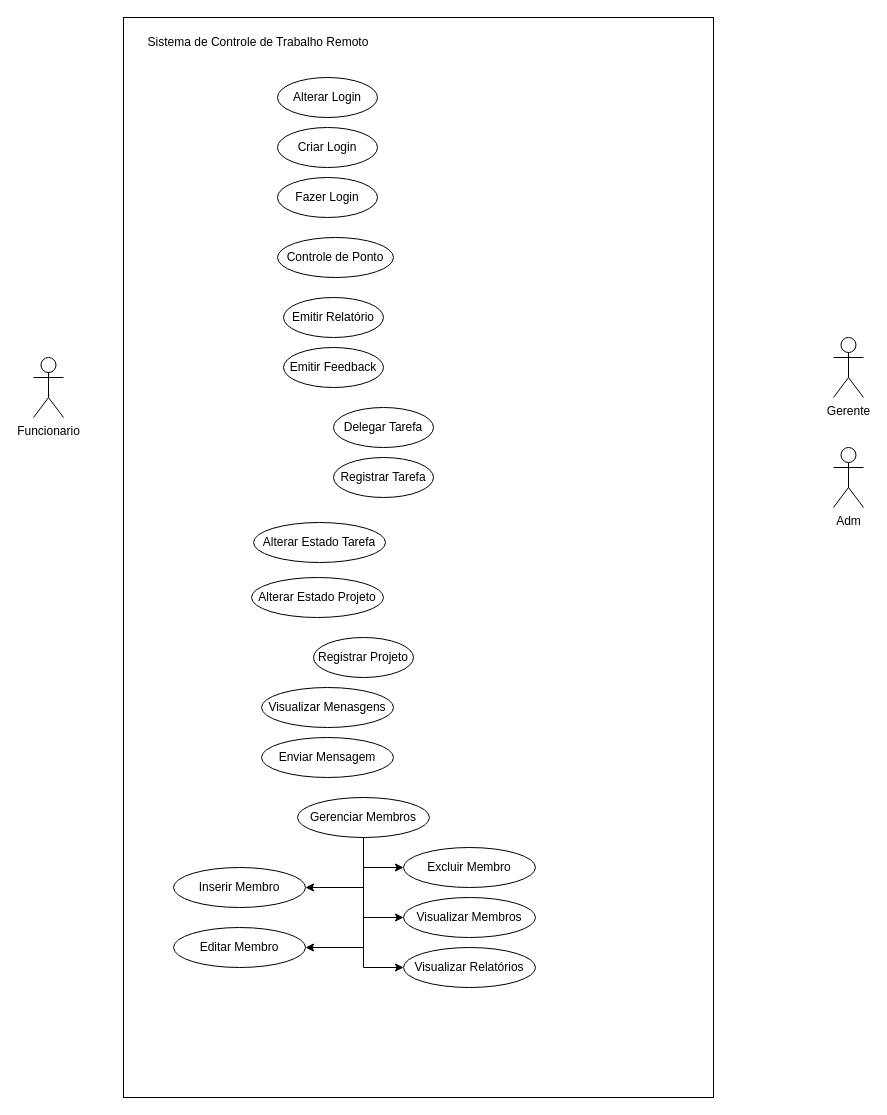
The draw.io diagram docs/DiagramaCasoDeUso.drawio in GabrielWhite96/TaskLy_LPS, before the edit. Source tidied: cells renumbered, new cells numbered last; positions are measured from the earlier drawing's top-left corner, leaving out a move shared by most shapes. Both pictures are drawn from the tidied source at 100%, with x=0, y=0 at pixel (33, 17).
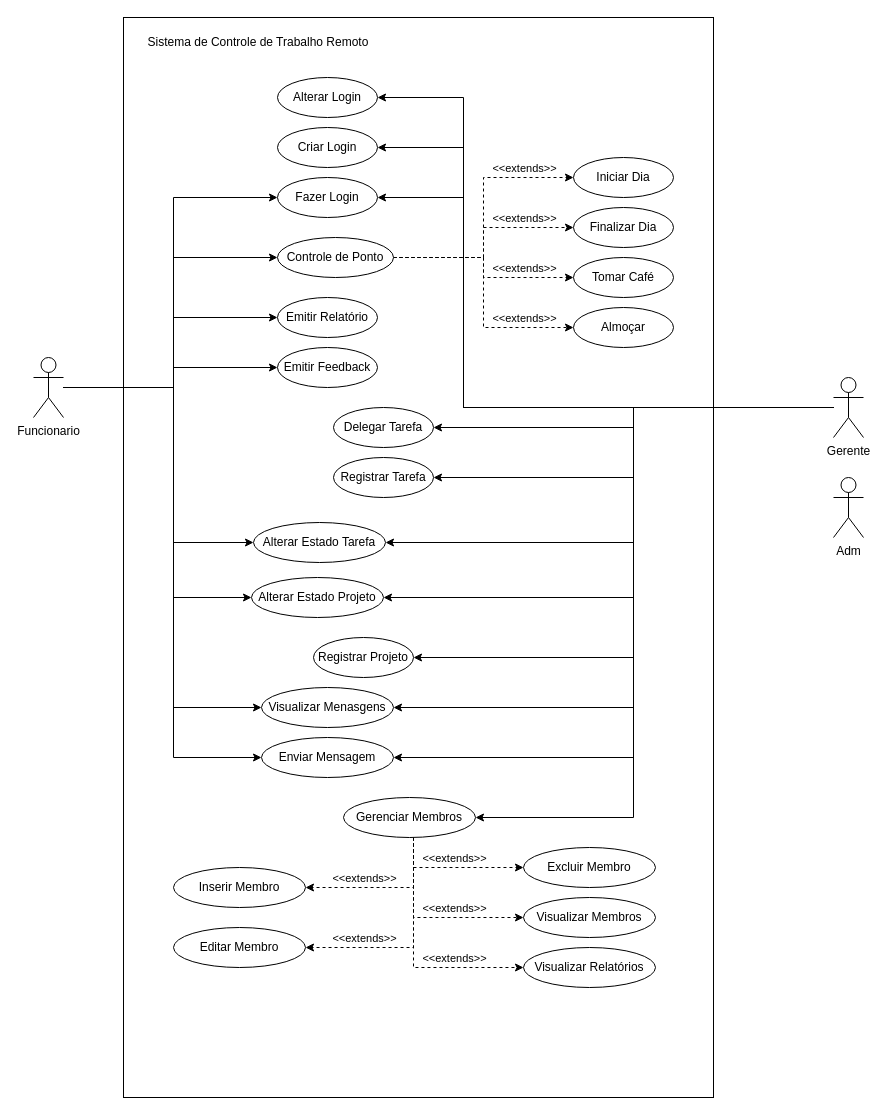
The same diagram, later.

Commit message:
Primeira versão caso de uso

Unchanged cells that the change refers to:
```xml
<mxCell id="3" value="Funcionario" style="shape=umlActor;verticalLabelPosition=bottom;verticalAlign=top;html=1;" parent="1" vertex="1">
  <mxGeometry y="340" width="30" height="60" as="geometry" />
</mxCell>
<mxCell id="7" value="Alterar Login" style="ellipse;whiteSpace=wrap;html=1;" parent="1" vertex="1">
  <mxGeometry x="244" y="60" width="100" height="40" as="geometry" />
</mxCell>
<mxCell id="8" value="Criar Login" style="ellipse;whiteSpace=wrap;html=1;" parent="1" vertex="1">
  <mxGeometry x="244" y="110" width="100" height="40" as="geometry" />
</mxCell>
<mxCell id="9" value="Fazer Login" style="ellipse;whiteSpace=wrap;html=1;" parent="1" vertex="1">
  <mxGeometry x="244" y="160" width="100" height="40" as="geometry" />
</mxCell>
<mxCell id="10" value="Controle de Ponto" style="ellipse;whiteSpace=wrap;html=1;" parent="1" vertex="1">
  <mxGeometry x="244" y="220" width="116" height="40" as="geometry" />
</mxCell>
<mxCell id="13" value="D&lt;span style=&quot;background-color: initial;&quot;&gt;elegar Tarefa&lt;/span&gt;" style="ellipse;whiteSpace=wrap;html=1;" parent="1" vertex="1">
  <mxGeometry x="300" y="390" width="100" height="40" as="geometry" />
</mxCell>
<mxCell id="14" value="Registrar Tarefa" style="ellipse;whiteSpace=wrap;html=1;" parent="1" vertex="1">
  <mxGeometry x="300" y="440" width="100" height="40" as="geometry" />
</mxCell>
<mxCell id="15" value="Alterar Estado Tarefa" style="ellipse;whiteSpace=wrap;html=1;" parent="1" vertex="1">
  <mxGeometry x="220" y="505" width="132" height="40" as="geometry" />
</mxCell>
<mxCell id="16" value="Alterar Estado Projeto" style="ellipse;whiteSpace=wrap;html=1;" parent="1" vertex="1">
  <mxGeometry x="218" y="560" width="132" height="40" as="geometry" />
</mxCell>
<mxCell id="17" value="Registrar Projeto" style="ellipse;whiteSpace=wrap;html=1;" parent="1" vertex="1">
  <mxGeometry x="280" y="620" width="100" height="40" as="geometry" />
</mxCell>
<mxCell id="18" value="Visualizar Menasgens" style="ellipse;whiteSpace=wrap;html=1;" parent="1" vertex="1">
  <mxGeometry x="228" y="670" width="132" height="40" as="geometry" />
</mxCell>
<mxCell id="19" value="Enviar Mensagem" style="ellipse;whiteSpace=wrap;html=1;" parent="1" vertex="1">
  <mxGeometry x="228" y="720" width="132" height="40" as="geometry" />
</mxCell>
<mxCell id="26" value="Inserir Membro" style="ellipse;whiteSpace=wrap;html=1;" parent="1" vertex="1">
  <mxGeometry x="140" y="850" width="132" height="40" as="geometry" />
</mxCell>
<mxCell id="27" value="Editar Membro" style="ellipse;whiteSpace=wrap;html=1;" parent="1" vertex="1">
  <mxGeometry x="140" y="910" width="132" height="40" as="geometry" />
</mxCell>
```

What changed in the source:
```diff
@@
+    <mxCell id="31" style="edgeStyle=orthogonalEdgeStyle;rounded=0;jettySize=auto;html=1;entryX=0;entryY=0.5;entryDx=0;entryDy=0;" parent="1" edge="1" source="3" target="10">
+      <mxGeometry relative="1" as="geometry">
+        <Array as="points">
+          <mxPoint x="140" y="370" />
+          <mxPoint x="140" y="240" />
+        </Array>
+      </mxGeometry>
+    </mxCell>
+    <mxCell id="32" style="edgeStyle=orthogonalEdgeStyle;rounded=0;jettySize=auto;html=1;entryX=0;entryY=0.5;entryDx=0;entryDy=0;" parent="1" edge="1" source="3" target="9">
+      <mxGeometry relative="1" as="geometry">
+        <Array as="points">
+          <mxPoint x="140" y="370" />
+          <mxPoint x="140" y="180" />
+        </Array>
+      </mxGeometry>
+    </mxCell>
+    <mxCell id="33" style="edgeStyle=orthogonalEdgeStyle;rounded=0;jettySize=auto;html=1;entryX=0;entryY=0.5;entryDx=0;entryDy=0;" parent="1" edge="1" source="3" target="11">
+      <mxGeometry relative="1" as="geometry">
+        <Array as="points">
+          <mxPoint x="140" y="370" />
+          <mxPoint x="140" y="300" />
+        </Array>
+      </mxGeometry>
+    </mxCell>
+    <mxCell id="34" style="edgeStyle=orthogonalEdgeStyle;rounded=0;jettySize=auto;html=1;" parent="1" edge="1" source="3" target="12">
+      <mxGeometry relative="1" as="geometry">
+        <Array as="points">
+          <mxPoint x="140" y="370" />
+          <mxPoint x="140" y="350" />
+        </Array>
+      </mxGeometry>
+    </mxCell>
+    <mxCell id="35" style="edgeStyle=orthogonalEdgeStyle;rounded=0;jettySize=auto;html=1;entryX=0;entryY=0.5;entryDx=0;entryDy=0;" parent="1" edge="1" source="3" target="15">
+      <mxGeometry relative="1" as="geometry">
+        <Array as="points">
+          <mxPoint x="140" y="370" />
+          <mxPoint x="140" y="525" />
+        </Array>
+      </mxGeometry>
+    </mxCell>
+    <mxCell id="36" style="edgeStyle=orthogonalEdgeStyle;rounded=0;jettySize=auto;html=1;entryX=0;entryY=0.5;entryDx=0;entryDy=0;" parent="1" edge="1" source="3" target="16">
+      <mxGeometry relative="1" as="geometry">
+        <Array as="points">
+          <mxPoint x="140" y="370" />
+          <mxPoint x="140" y="580" />
+        </Array>
+      </mxGeometry>
+    </mxCell>
+    <mxCell id="37" style="edgeStyle=orthogonalEdgeStyle;rounded=0;jettySize=auto;html=1;entryX=0;entryY=0.5;entryDx=0;entryDy=0;" parent="1" edge="1" source="3" target="18">
+      <mxGeometry relative="1" as="geometry">
+        <Array as="points">
+          <mxPoint x="140" y="370" />
+          <mxPoint x="140" y="690" />
+        </Array>
+      </mxGeometry>
+    </mxCell>
+    <mxCell id="38" style="edgeStyle=orthogonalEdgeStyle;rounded=0;jettySize=auto;html=1;entryX=0;entryY=0.5;entryDx=0;entryDy=0;" parent="1" edge="1" source="3" target="19">
+      <mxGeometry relative="1" as="geometry">
+        <Array as="points">
+          <mxPoint x="140" y="370" />
+          <mxPoint x="140" y="740" />
+        </Array>
+      </mxGeometry>
+    </mxCell>
@@
+    <mxCell id="39" style="edgeStyle=orthogonalEdgeStyle;rounded=0;jettySize=auto;html=1;entryX=1;entryY=0.5;entryDx=0;entryDy=0;" parent="1" edge="1" source="4" target="13">
+      <mxGeometry relative="1" as="geometry" />
+    </mxCell>
+    <mxCell id="40" style="edgeStyle=orthogonalEdgeStyle;rounded=0;jettySize=auto;html=1;entryX=1;entryY=0.5;entryDx=0;entryDy=0;" parent="1" edge="1" source="4" target="14">
+      <mxGeometry relative="1" as="geometry" />
+    </mxCell>
+    <mxCell id="41" style="edgeStyle=orthogonalEdgeStyle;rounded=0;jettySize=auto;html=1;entryX=1;entryY=0.5;entryDx=0;entryDy=0;" parent="1" edge="1" source="4" target="17">
+      <mxGeometry relative="1" as="geometry">
+        <Array as="points">
+          <mxPoint x="600" y="390" />
+          <mxPoint x="600" y="640" />
+        </Array>
+      </mxGeometry>
+    </mxCell>
+    <mxCell id="42" style="edgeStyle=orthogonalEdgeStyle;rounded=0;jettySize=auto;html=1;entryX=1;entryY=0.5;entryDx=0;entryDy=0;" parent="1" edge="1" source="4" target="15">
+      <mxGeometry relative="1" as="geometry">
+        <Array as="points">
+          <mxPoint x="600" y="390" />
+          <mxPoint x="600" y="525" />
+        </Array>
+      </mxGeometry>
+    </mxCell>
+    <mxCell id="43" style="edgeStyle=orthogonalEdgeStyle;rounded=0;jettySize=auto;html=1;entryX=1;entryY=0.5;entryDx=0;entryDy=0;" parent="1" edge="1" source="4" target="16">
+      <mxGeometry relative="1" as="geometry">
+        <Array as="points">
+          <mxPoint x="600" y="390" />
+          <mxPoint x="600" y="580" />
+        </Array>
+      </mxGeometry>
+    </mxCell>
+    <mxCell id="44" style="edgeStyle=orthogonalEdgeStyle;rounded=0;jettySize=auto;html=1;entryX=1;entryY=0.5;entryDx=0;entryDy=0;" parent="1" edge="1" source="4" target="18">
+      <mxGeometry relative="1" as="geometry">
+        <Array as="points">
+          <mxPoint x="600" y="390" />
+          <mxPoint x="600" y="690" />
+        </Array>
+      </mxGeometry>
+    </mxCell>
+    <mxCell id="45" style="edgeStyle=orthogonalEdgeStyle;rounded=0;jettySize=auto;html=1;entryX=1;entryY=0.5;entryDx=0;entryDy=0;" parent="1" edge="1" source="4" target="19">
+      <mxGeometry relative="1" as="geometry">
+        <Array as="points">
+          <mxPoint x="600" y="390" />
+          <mxPoint x="600" y="740" />
+        </Array>
+      </mxGeometry>
+    </mxCell>
+    <mxCell id="46" style="edgeStyle=orthogonalEdgeStyle;rounded=0;jettySize=auto;html=1;entryX=1;entryY=0.5;entryDx=0;entryDy=0;" parent="1" edge="1" source="4" target="25">
+      <mxGeometry relative="1" as="geometry">
+        <Array as="points">
+          <mxPoint x="600" y="390" />
+          <mxPoint x="600" y="800" />
+        </Array>
+      </mxGeometry>
+    </mxCell>
+    <mxCell id="47" style="edgeStyle=orthogonalEdgeStyle;rounded=0;jettySize=auto;html=1;entryX=1;entryY=0.5;entryDx=0;entryDy=0;" parent="1" edge="1" source="4" target="9">
+      <mxGeometry relative="1" as="geometry">
+        <Array as="points">
+          <mxPoint x="430" y="390" />
+          <mxPoint x="430" y="180" />
+        </Array>
+      </mxGeometry>
+    </mxCell>
+    <mxCell id="48" style="edgeStyle=orthogonalEdgeStyle;rounded=0;jettySize=auto;html=1;entryX=1;entryY=0.5;entryDx=0;entryDy=0;" parent="1" edge="1" source="4" target="7">
+      <mxGeometry relative="1" as="geometry">
+        <Array as="points">
+          <mxPoint x="430" y="390" />
+          <mxPoint x="430" y="80" />
+        </Array>
+      </mxGeometry>
+    </mxCell>
+    <mxCell id="49" style="edgeStyle=orthogonalEdgeStyle;rounded=0;jettySize=auto;html=1;entryX=1;entryY=0.5;entryDx=0;entryDy=0;" parent="1" edge="1" source="4" target="8">
+      <mxGeometry relative="1" as="geometry">
+        <Array as="points">
+          <mxPoint x="430" y="390" />
+          <mxPoint x="430" y="130" />
+        </Array>
+      </mxGeometry>
+    </mxCell>
     <mxCell id="4" value="Gerente" style="shape=umlActor;verticalLabelPosition=bottom;verticalAlign=top;html=1;" parent="1" vertex="1">
-      <mxGeometry x="800" y="320" width="30" height="60" as="geometry" />
+      <mxGeometry x="800" y="360" width="30" height="60" as="geometry" />
     </mxCell>
     <mxCell id="5" value="Adm" style="shape=umlActor;verticalLabelPosition=bottom;verticalAlign=top;html=1;" parent="1" vertex="1">
-      <mxGeometry x="800" y="430" width="30" height="60" as="geometry" />
+      <mxGeometry x="800" y="460" width="30" height="60" as="geometry" />
     </mxCell>
@@
+    <mxCell id="50" style="edgeStyle=orthogonalEdgeStyle;rounded=0;jettySize=auto;html=1;entryX=0;entryY=0.5;entryDx=0;entryDy=0;dashed=1;" parent="1" edge="1" source="10" target="55">
+      <mxGeometry relative="1" as="geometry" />
+    </mxCell>
+    <mxCell id="51" style="edgeStyle=orthogonalEdgeStyle;rounded=0;jettySize=auto;html=1;entryX=0;entryY=0.5;entryDx=0;entryDy=0;dashed=1;" parent="1" edge="1" source="10" target="56">
+      <mxGeometry relative="1" as="geometry" />
+    </mxCell>
+    <mxCell id="52" value="&amp;lt;&amp;lt;extends&amp;gt;&amp;gt;" style="edgeLabel;html=1;align=center;verticalAlign=middle;" parent="51" vertex="1">
+      <mxGeometry x="0.39" y="-1" relative="1" as="geometry">
+        <mxPoint x="14" y="-11" as="offset" />
+      </mxGeometry>
+    </mxCell>
+    <mxCell id="53" style="edgeStyle=orthogonalEdgeStyle;rounded=0;jettySize=auto;html=1;entryX=0;entryY=0.5;entryDx=0;entryDy=0;dashed=1;" parent="1" edge="1" source="10" target="57">
+      <mxGeometry relative="1" as="geometry" />
+    </mxCell>
+    <mxCell id="54" style="edgeStyle=orthogonalEdgeStyle;rounded=0;jettySize=auto;html=1;entryX=0;entryY=0.5;entryDx=0;entryDy=0;dashed=1;" parent="1" edge="1" source="10" target="58">
+      <mxGeometry relative="1" as="geometry" />
+    </mxCell>
@@
     <mxCell id="11" value="Emitir Relatório" style="ellipse;whiteSpace=wrap;html=1;" parent="1" vertex="1">
-      <mxGeometry x="250" y="280" width="100" height="40" as="geometry" />
+      <mxGeometry x="244" y="280" width="100" height="40" as="geometry" />
     </mxCell>
     <mxCell id="12" value="Emitir Feedback" style="ellipse;whiteSpace=wrap;html=1;" parent="1" vertex="1">
-      <mxGeometry x="250" y="330" width="100" height="40" as="geometry" />
+      <mxGeometry x="244" y="330" width="100" height="40" as="geometry" />
     </mxCell>
@@
-    <mxCell id="20" style="edgeStyle=orthogonalEdgeStyle;rounded=0;jettySize=auto;html=1;entryX=0;entryY=0.5;entryDx=0;entryDy=0;" parent="1" edge="1" source="25" target="28">
-      <mxGeometry relative="1" as="geometry" />
+    <mxCell id="20" style="edgeStyle=orthogonalEdgeStyle;rounded=0;jettySize=auto;html=1;entryX=0;entryY=0.5;entryDx=0;entryDy=0;dashed=1;" parent="1" edge="1" source="25" target="28">
+      <mxGeometry relative="1" as="geometry">
+        <Array as="points">
+          <mxPoint x="380" y="850" />
+        </Array>
+      </mxGeometry>
     </mxCell>
-    <mxCell id="21" style="edgeStyle=orthogonalEdgeStyle;rounded=0;jettySize=auto;html=1;entryX=1;entryY=0.5;entryDx=0;entryDy=0;" parent="1" edge="1" source="25" target="26">
-      <mxGeometry relative="1" as="geometry" />
+    <mxCell id="21" style="edgeStyle=orthogonalEdgeStyle;rounded=0;jettySize=auto;html=1;entryX=1;entryY=0.5;entryDx=0;entryDy=0;dashed=1;" parent="1" edge="1" source="25" target="26">
+      <mxGeometry relative="1" as="geometry">
+        <Array as="points">
+          <mxPoint x="380" y="870" />
+        </Array>
+      </mxGeometry>
     </mxCell>
-    <mxCell id="22" style="edgeStyle=orthogonalEdgeStyle;rounded=0;jettySize=auto;html=1;entryX=0;entryY=0.5;entryDx=0;entryDy=0;" parent="1" edge="1" source="25" target="29">
-      <mxGeometry relative="1" as="geometry" />
+    <mxCell id="22" style="edgeStyle=orthogonalEdgeStyle;rounded=0;jettySize=auto;html=1;entryX=0;entryY=0.5;entryDx=0;entryDy=0;dashed=1;" parent="1" edge="1" source="25" target="29">
+      <mxGeometry relative="1" as="geometry">
+        <Array as="points">
+          <mxPoint x="380" y="900" />
+        </Array>
+      </mxGeometry>
     </mxCell>
-    <mxCell id="23" style="edgeStyle=orthogonalEdgeStyle;rounded=0;jettySize=auto;html=1;entryX=1;entryY=0.5;entryDx=0;entryDy=0;" parent="1" edge="1" source="25" target="27">
-      <mxGeometry relative="1" as="geometry" />
+    <mxCell id="23" style="edgeStyle=orthogonalEdgeStyle;rounded=0;jettySize=auto;html=1;entryX=1;entryY=0.5;entryDx=0;entryDy=0;dashed=1;" parent="1" edge="1" source="25" target="27">
+      <mxGeometry relative="1" as="geometry">
+        <Array as="points">
+          <mxPoint x="380" y="930" />
+        </Array>
+      </mxGeometry>
     </mxCell>
-    <mxCell id="24" style="edgeStyle=orthogonalEdgeStyle;rounded=0;jettySize=auto;html=1;entryX=0;entryY=0.5;entryDx=0;entryDy=0;" parent="1" edge="1" source="25" target="30">
-      <mxGeometry relative="1" as="geometry" />
+    <mxCell id="24" style="edgeStyle=orthogonalEdgeStyle;rounded=0;jettySize=auto;html=1;entryX=0;entryY=0.5;entryDx=0;entryDy=0;dashed=1;" parent="1" edge="1" source="25" target="30">
+      <mxGeometry relative="1" as="geometry">
+        <Array as="points">
+          <mxPoint x="380" y="950" />
+        </Array>
+      </mxGeometry>
     </mxCell>
     <mxCell id="25" value="Gerenciar Membros" style="ellipse;whiteSpace=wrap;html=1;" parent="1" vertex="1">
-      <mxGeometry x="264" y="780" width="132" height="40" as="geometry" />
+      <mxGeometry x="310" y="780" width="132" height="40" as="geometry" />
     </mxCell>
@@
     <mxCell id="28" value="Excluir Membro" style="ellipse;whiteSpace=wrap;html=1;" parent="1" vertex="1">
-      <mxGeometry x="370" y="830" width="132" height="40" as="geometry" />
+      <mxGeometry x="490" y="830" width="132" height="40" as="geometry" />
     </mxCell>
     <mxCell id="29" value="Visualizar Membros" style="ellipse;whiteSpace=wrap;html=1;" parent="1" vertex="1">
-      <mxGeometry x="370" y="880" width="132" height="40" as="geometry" />
+      <mxGeometry x="490" y="880" width="132" height="40" as="geometry" />
     </mxCell>
     <mxCell id="30" value="Visualizar Relatórios" style="ellipse;whiteSpace=wrap;html=1;" parent="1" vertex="1">
-      <mxGeometry x="370" y="930" width="132" height="40" as="geometry" />
+      <mxGeometry x="490" y="930" width="132" height="40" as="geometry" />
     </mxCell>
+    <mxCell id="55" value="Iniciar Dia" style="ellipse;whiteSpace=wrap;html=1;" parent="1" vertex="1">
+      <mxGeometry x="540" y="140" width="100" height="40" as="geometry" />
+    </mxCell>
+    <mxCell id="56" value="Finalizar Dia" style="ellipse;whiteSpace=wrap;html=1;" parent="1" vertex="1">
+      <mxGeometry x="540" y="190" width="100" height="40" as="geometry" />
+    </mxCell>
+    <mxCell id="57" value="Tomar Café" style="ellipse;whiteSpace=wrap;html=1;" parent="1" vertex="1">
+      <mxGeometry x="540" y="240" width="100" height="40" as="geometry" />
+    </mxCell>
+    <mxCell id="58" value="Almoçar" style="ellipse;whiteSpace=wrap;html=1;" parent="1" vertex="1">
+      <mxGeometry x="540" y="290" width="100" height="40" as="geometry" />
+    </mxCell>
+    <mxCell id="59" value="&amp;lt;&amp;lt;extends&amp;gt;&amp;gt;" style="edgeLabel;html=1;align=center;verticalAlign=middle;" parent="1" vertex="1">
+      <mxGeometry x="490" y="250" as="geometry" />
+    </mxCell>
+    <mxCell id="60" value="&amp;lt;&amp;lt;extends&amp;gt;&amp;gt;" style="edgeLabel;html=1;align=center;verticalAlign=middle;" parent="1" vertex="1">
+      <mxGeometry x="490" y="150" as="geometry" />
+    </mxCell>
+    <mxCell id="61" value="&amp;lt;&amp;lt;extends&amp;gt;&amp;gt;" style="edgeLabel;html=1;align=center;verticalAlign=middle;" parent="1" vertex="1">
+      <mxGeometry x="490" y="300" as="geometry" />
+    </mxCell>
+    <mxCell id="62" value="&amp;lt;&amp;lt;extends&amp;gt;&amp;gt;" style="edgeLabel;html=1;align=center;verticalAlign=middle;" parent="1" vertex="1">
+      <mxGeometry x="330" y="860" as="geometry" />
+    </mxCell>
+    <mxCell id="63" value="&amp;lt;&amp;lt;extends&amp;gt;&amp;gt;" style="edgeLabel;html=1;align=center;verticalAlign=middle;" parent="1" vertex="1">
+      <mxGeometry x="330" y="920" as="geometry" />
+    </mxCell>
+    <mxCell id="64" value="&amp;lt;&amp;lt;extends&amp;gt;&amp;gt;" style="edgeLabel;html=1;align=center;verticalAlign=middle;" parent="1" vertex="1">
+      <mxGeometry x="420" y="840" as="geometry" />
+    </mxCell>
+    <mxCell id="65" value="&amp;lt;&amp;lt;extends&amp;gt;&amp;gt;" style="edgeLabel;html=1;align=center;verticalAlign=middle;" parent="1" vertex="1">
+      <mxGeometry x="420" y="890" as="geometry" />
+    </mxCell>
+    <mxCell id="66" value="&amp;lt;&amp;lt;extends&amp;gt;&amp;gt;" style="edgeLabel;html=1;align=center;verticalAlign=middle;" parent="1" vertex="1">
+      <mxGeometry x="420" y="940" as="geometry" />
+    </mxCell>
```
